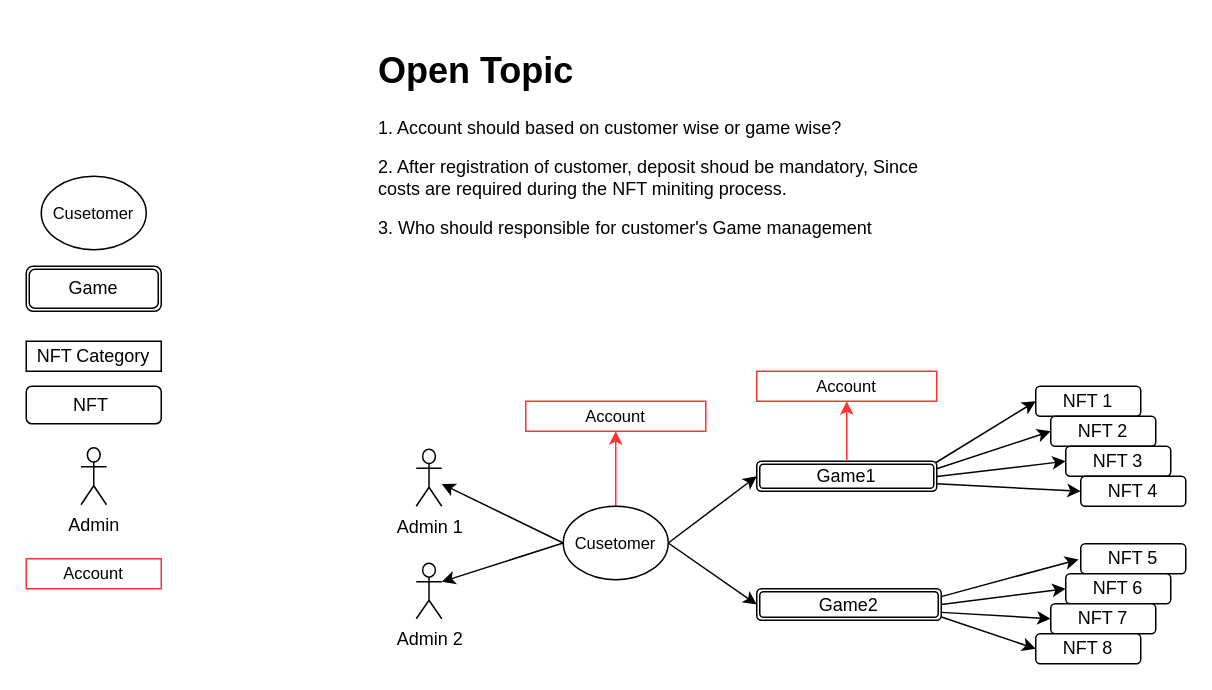
Zhashilunbu/Diagrams keeps this draw.io diagram as SeedsAdmin-ER-Draft.drawio. Above is the earlier version. Source tidied: cells renumbered, new cells numbered last; positions are measured from the earlier drawing's top-left corner, leaving out a move shared by most shapes. Both pictures are drawn from the tidied source at 150%, with x=0, y=0 at pixel (26, 40).
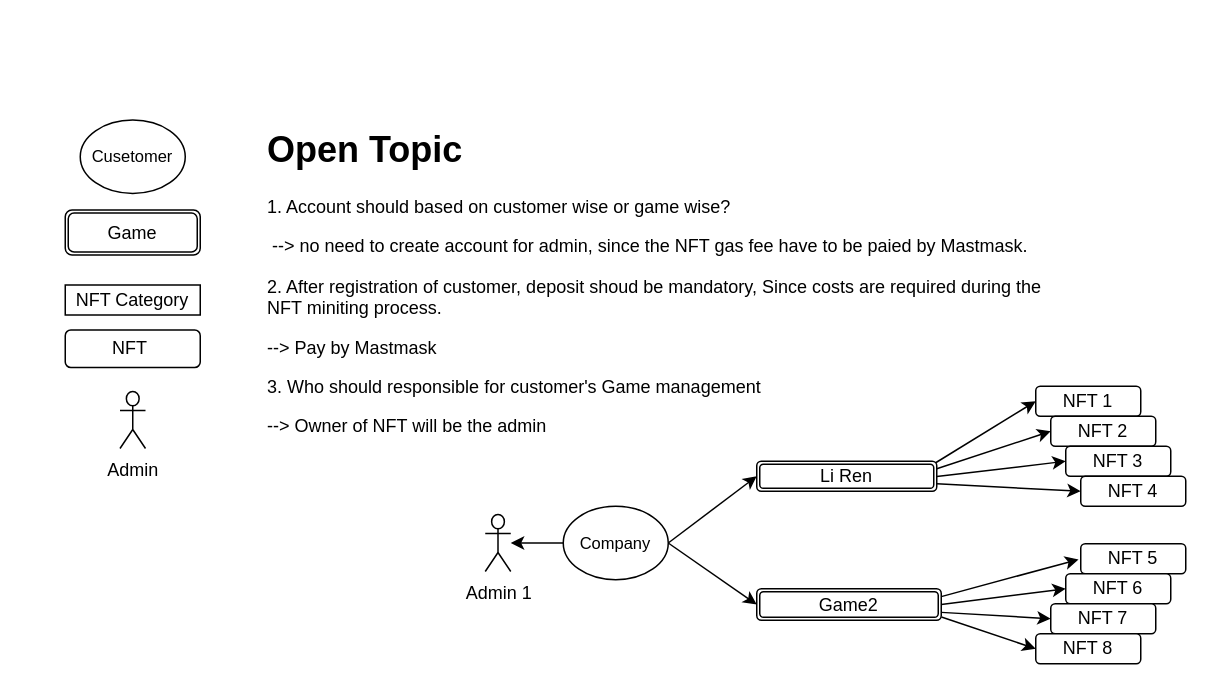
Above is the later version.

The edit, as a diff of the source:
```diff
@@
-    <mxCell id="8" value="Game1" style="shape=ext;double=1;rounded=1;whiteSpace=wrap;html=1;" parent="1" vertex="1">
+    <mxCell id="8" value="Li Ren" style="shape=ext;double=1;rounded=1;whiteSpace=wrap;html=1;" parent="1" vertex="1">
       <mxGeometry x="487" y="280" width="120" height="20" as="geometry" />
     </mxCell>
@@
-    <mxCell id="15" style="edgeStyle=none;rounded=0;jettySize=auto;html=1;entryX=1;entryY=0.3333333333333333;entryDx=0;entryDy=0;entryPerimeter=0;exitX=0;exitY=0.5;exitDx=0;exitDy=0;" parent="1" edge="1" source="23" target="21">
-      <mxGeometry relative="1" as="geometry" />
-    </mxCell>
@@
     <mxCell id="20" value="Admin 1" style="shape=umlActor;verticalLabelPosition=bottom;verticalAlign=top;html=1;outlineConnect=0;" parent="1" vertex="1">
-      <mxGeometry x="260" y="272" width="17" height="38" as="geometry" />
+      <mxGeometry x="306" y="315.5" width="17" height="38" as="geometry" />
     </mxCell>
-    <mxCell id="21" value="Admin 2" style="shape=umlActor;verticalLabelPosition=bottom;verticalAlign=top;html=1;outlineConnect=0;" parent="1" vertex="1">
-      <mxGeometry x="260" y="348" width="17" height="37" as="geometry" />
-    </mxCell>
-    <mxCell id="22" style="edgeStyle=none;rounded=0;jettySize=auto;html=1;fontSize=11;entryX=0.5;entryY=1;entryDx=0;entryDy=0;strokeColor=#FF3333;" parent="1" edge="1" source="23" target="24">
-      <mxGeometry relative="1" as="geometry" />
-    </mxCell>
-    <mxCell id="23" value="Cusetomer" style="ellipse;whiteSpace=wrap;html=1;fontSize=11;" parent="1" vertex="1">
+    <mxCell id="23" value="Company" style="ellipse;whiteSpace=wrap;html=1;fontSize=11;" parent="1" vertex="1">
       <mxGeometry x="358" y="310" width="70" height="49" as="geometry" />
     </mxCell>
-    <mxCell id="24" value="Account" style="rounded=0;whiteSpace=wrap;html=1;fontSize=11;strokeColor=#FF3333;" parent="1" vertex="1">
-      <mxGeometry x="333" y="240" width="120" height="20" as="geometry" />
-    </mxCell>
@@
-    <mxCell id="29" style="edgeStyle=none;rounded=0;jettySize=auto;html=1;fontSize=11;entryX=0.5;entryY=1;entryDx=0;entryDy=0;strokeColor=#FF3333;exitX=0.5;exitY=0;exitDx=0;exitDy=0;" parent="1" edge="1" source="8" target="30">
-      <mxGeometry relative="1" as="geometry" />
-    </mxCell>
-    <mxCell id="30" value="Account" style="rounded=0;whiteSpace=wrap;html=1;fontSize=11;strokeColor=#FF3333;" parent="1" vertex="1">
-      <mxGeometry x="487" y="220" width="120" height="20" as="geometry" />
-    </mxCell>
     <mxCell id="31" value="NFT Category" style="rounded=0;whiteSpace=wrap;html=1;strokeColor=#000000;" parent="1" vertex="1">
-      <mxGeometry y="200" width="90" height="20" as="geometry" />
+      <mxGeometry x="26" y="162.5" width="90" height="20" as="geometry" />
     </mxCell>
     <mxCell id="32" value="Cusetomer" style="ellipse;whiteSpace=wrap;html=1;fontSize=11;" parent="1" vertex="1">
-      <mxGeometry x="10" y="90" width="70" height="49" as="geometry" />
+      <mxGeometry x="36" y="52.5" width="70" height="49" as="geometry" />
     </mxCell>
     <mxCell id="33" value="Game" style="shape=ext;double=1;rounded=1;whiteSpace=wrap;html=1;" parent="1" vertex="1">
-      <mxGeometry y="150" width="90" height="30" as="geometry" />
+      <mxGeometry x="26" y="112.5" width="90" height="30" as="geometry" />
     </mxCell>
     <mxCell id="34" value="NFT&amp;nbsp;" style="whiteSpace=wrap;html=1;rounded=1;" parent="1" vertex="1">
-      <mxGeometry y="230" width="90" height="25" as="geometry" />
+      <mxGeometry x="26" y="192.5" width="90" height="25" as="geometry" />
     </mxCell>
     <mxCell id="35" value="Admin" style="shape=umlActor;verticalLabelPosition=bottom;verticalAlign=top;html=1;" parent="1" vertex="1">
-      <mxGeometry x="36.5" y="271" width="17" height="38" as="geometry" />
+      <mxGeometry x="62.5" y="233.5" width="17" height="38" as="geometry" />
     </mxCell>
-    <mxCell id="36" value="Account" style="rounded=0;whiteSpace=wrap;html=1;fontSize=11;strokeColor=#FF3333;" parent="1" vertex="1">
-      <mxGeometry y="345" width="90" height="20" as="geometry" />
-    </mxCell>
-    <mxCell id="37" value="&lt;h1&gt;Open Topic&lt;/h1&gt;&lt;p&gt;1. Account should based on customer wise or game wise?&lt;/p&gt;&lt;p&gt;2. After registration of customer, deposit shoud be mandatory, Since costs are required during the NFT miniting process.&amp;nbsp;&lt;/p&gt;&lt;p&gt;3. Who should responsible for customer's Game management&amp;nbsp;&lt;/p&gt;" style="text;html=1;strokeColor=none;fillColor=none;spacing=5;spacingTop=-20;whiteSpace=wrap;overflow=hidden;rounded=0;" parent="1" vertex="1">
-      <mxGeometry x="230" width="380" height="160" as="geometry" />
+    <mxCell id="37" value="&lt;h1&gt;Open Topic&lt;/h1&gt;&lt;p&gt;1. Account should based on customer wise or game wise?&lt;/p&gt;&lt;p&gt;&amp;nbsp;--&amp;gt; no need to create account for admin, since the NFT gas fee have to be paied by Mastmask.&lt;/p&gt;&lt;p&gt;2. After registration of customer, deposit shoud be mandatory, Since costs are required during the NFT miniting process.&amp;nbsp;&lt;/p&gt;&lt;p&gt;--&amp;gt; Pay by Mastmask&lt;/p&gt;&lt;p&gt;3. Who should responsible for customer's Game management&amp;nbsp;&lt;/p&gt;&lt;p&gt;--&amp;gt; Owner of NFT will be the admin&lt;/p&gt;" style="text;html=1;strokeColor=none;fillColor=none;spacing=5;spacingTop=-20;whiteSpace=wrap;overflow=hidden;rounded=0;" parent="1" vertex="1">
+      <mxGeometry x="156" y="52.5" width="527" height="230" as="geometry" />
     </mxCell>
```
